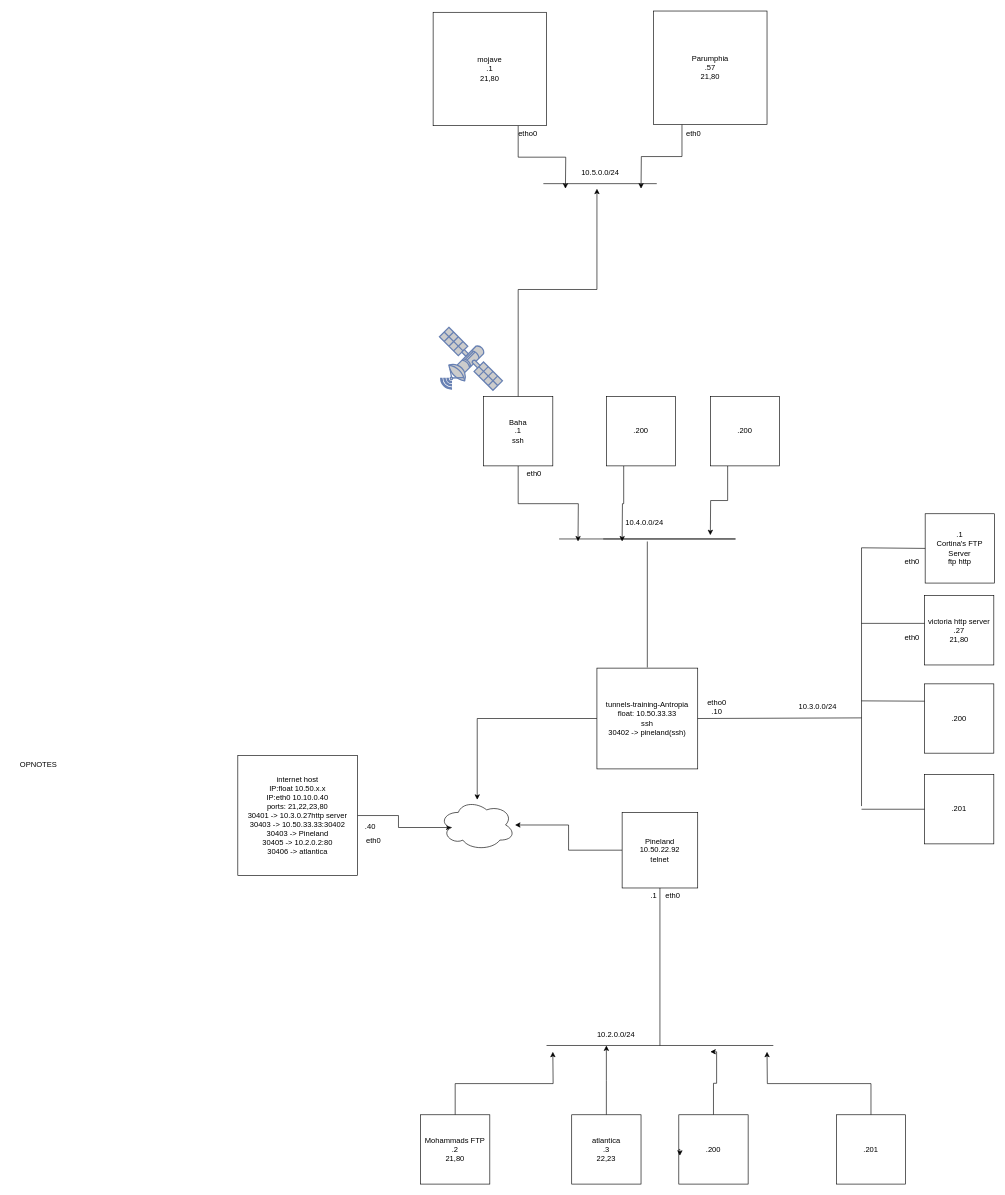
Before: page "Page-2" (2 of 3) of Untitled Diagram.drawio in booompa/hello-world, a draw.io diagram. Source tidied: cells renumbered, new cells numbered last; positions are measured from the earlier drawing's top-left corner, leaving out a move shared by most shapes. Both pictures are drawn from the tidied source at 63%, with x=0, y=0 at pixel (11, 11).
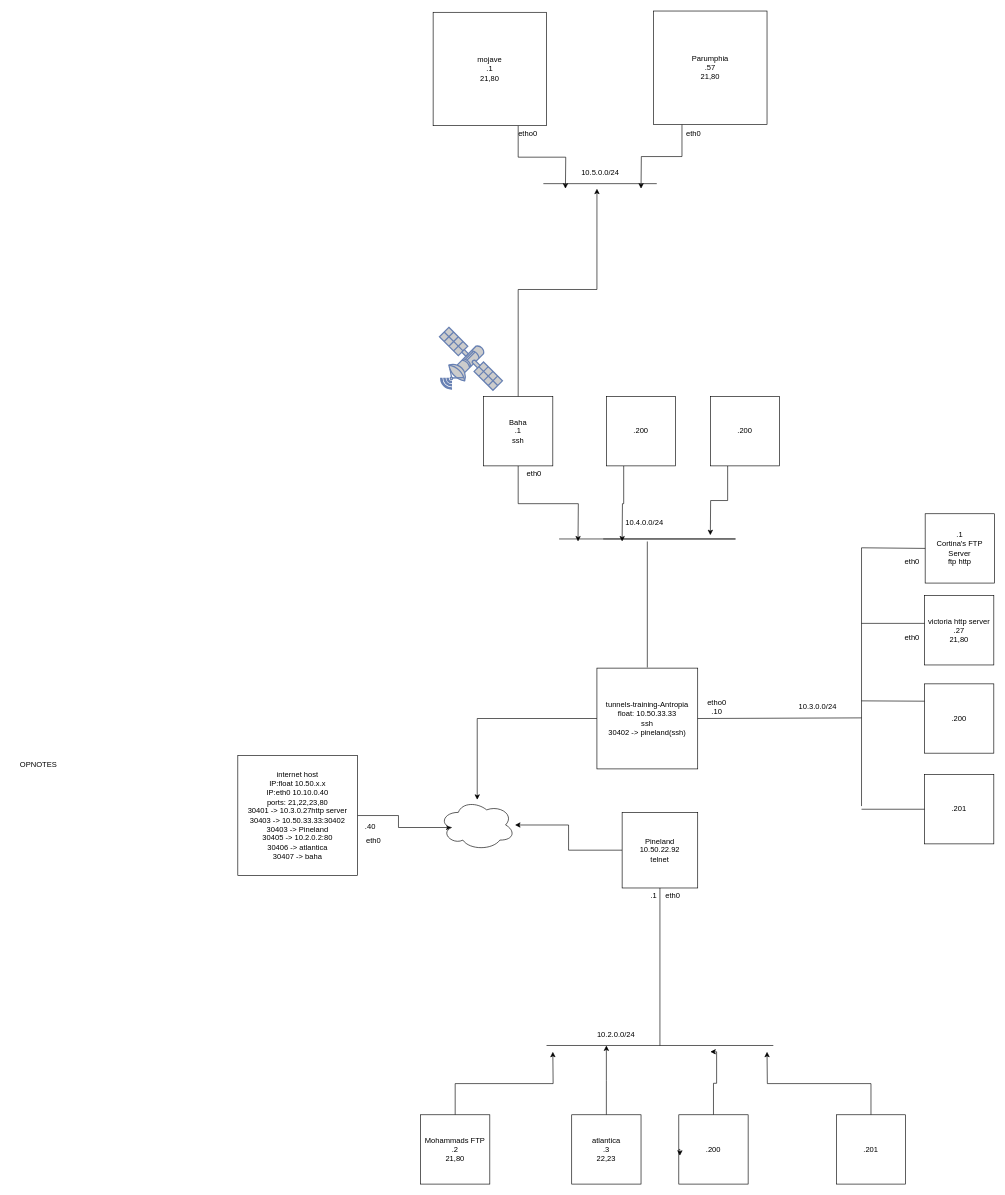
After the change.

Diff of the diagram source:
```diff
@@
-    <mxCell id="3" value="internet host&lt;br&gt;IP:float 10.50.x.x&lt;br&gt;IP:eth0 10.10.0.40&lt;br&gt;ports: 21,22,23,80&lt;br&gt;30401 -&amp;gt; 10.3.0.27http server&lt;br&gt;30403 -&amp;gt; 10.50.33.33:30402&lt;br&gt;30403 -&amp;gt; Pineland&lt;br&gt;30405 -&amp;gt; 10.2.0.2:80&lt;br&gt;30406 -&amp;gt; atlantica" style="whiteSpace=wrap;html=1;" parent="1" vertex="1">
+    <mxCell id="3" value="internet host&lt;br&gt;IP:float 10.50.x.x&lt;br&gt;IP:eth0 10.10.0.40&lt;br&gt;ports: 21,22,23,80&lt;br&gt;30401 -&amp;gt; 10.3.0.27http server&lt;br&gt;30403 -&amp;gt; 10.50.33.33:30402&lt;br&gt;30403 -&amp;gt; Pineland&lt;br&gt;30405 -&amp;gt; 10.2.0.2:80&lt;br&gt;30406 -&amp;gt; atlantica&lt;br&gt;30407 -&amp;gt; baha" style="whiteSpace=wrap;html=1;" parent="1" vertex="1">
       <mxGeometry x="360" y="1182" width="190" height="190" as="geometry" />
     </mxCell>
```
